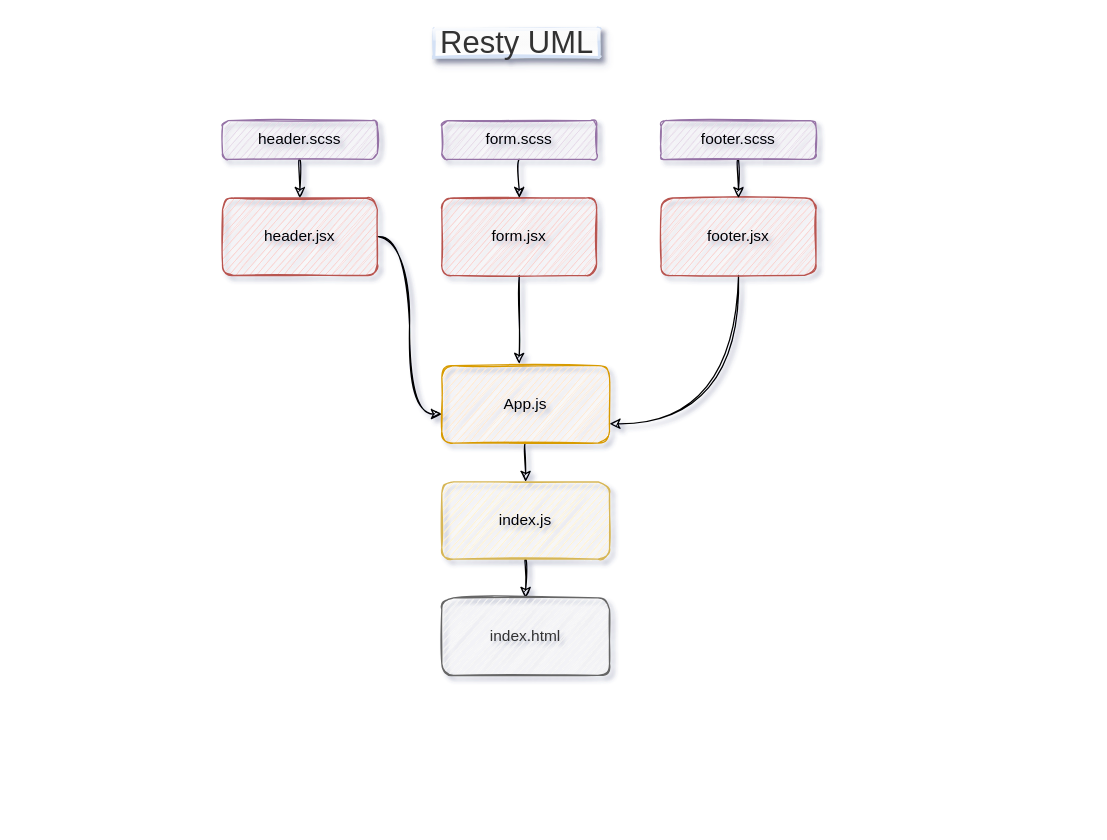
Earlier version of the draw.io diagram Untitled Diagram.drawio (asharabuhelweh/notes). Source tidied: cells renumbered, new cells numbered last; positions are measured from the earlier drawing's top-left corner, leaving out a move shared by most shapes. Both pictures are drawn from the tidied source at 129%, with x=0, y=0 at pixel (222, 28).
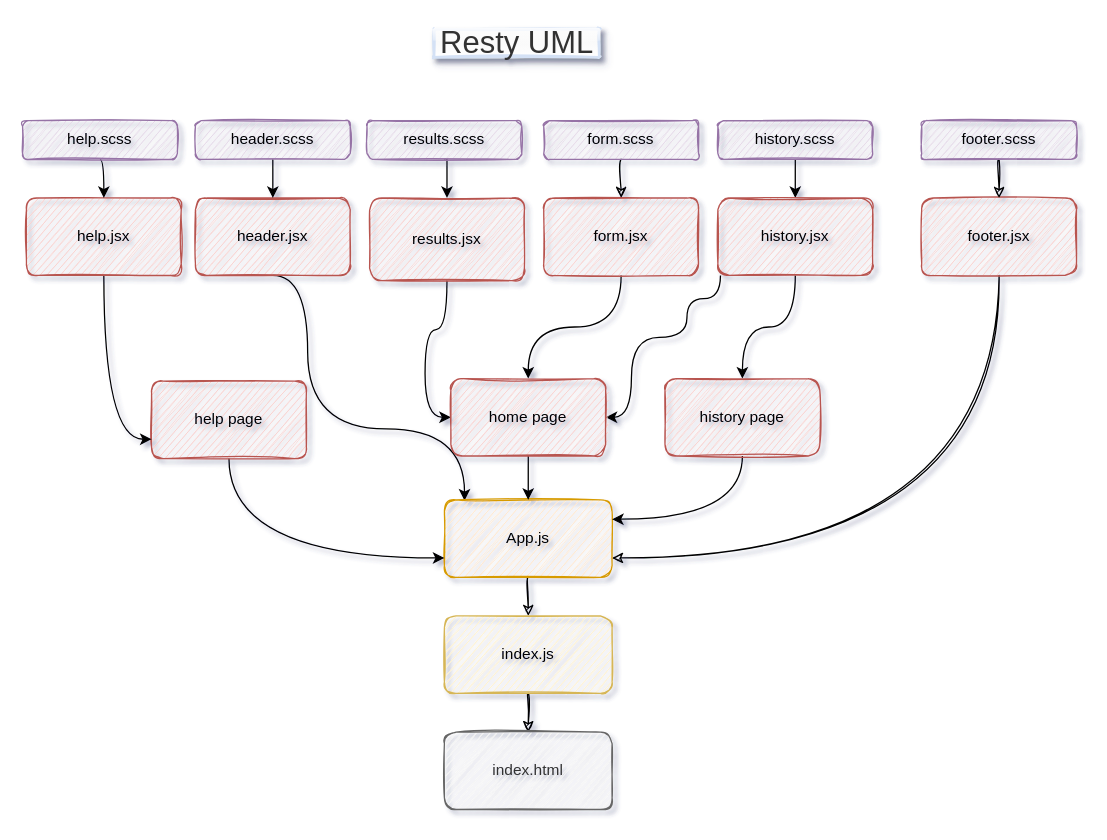
After the change.

What changed in the source:
```diff
@@
-    <mxCell id="2" style="edgeStyle=orthogonalEdgeStyle;jettySize=auto;html=1;entryX=0;entryY=0.625;entryDx=0;entryDy=0;entryPerimeter=0;curved=1;sketch=1;" parent="1" edge="1" source="3" target="15">
-      <mxGeometry relative="1" as="geometry" />
+    <mxCell id="2" style="edgeStyle=orthogonalEdgeStyle;curved=1;rounded=0;jettySize=auto;html=1;exitX=0.5;exitY=1;exitDx=0;exitDy=0;entryX=0.12;entryY=0.01;entryDx=0;entryDy=0;entryPerimeter=0;" parent="1" edge="1" source="3" target="15">
+      <mxGeometry relative="1" as="geometry">
+        <Array as="points">
+          <mxPoint x="66" y="191" />
+          <mxPoint x="66" y="310" />
+          <mxPoint x="188" y="310" />
+        </Array>
+      </mxGeometry>
     </mxCell>
     <mxCell id="3" value="header.jsx" style="whiteSpace=wrap;html=1;fillColor=#f8cecc;strokeColor=#b85450;sketch=1;rounded=1;" parent="1" vertex="1">
-      <mxGeometry y="131" width="120" height="60" as="geometry" />
+      <mxGeometry x="-21" y="131" width="120" height="60" as="geometry" />
     </mxCell>
-    <mxCell id="4" style="edgeStyle=orthogonalEdgeStyle;jettySize=auto;html=1;exitX=0.5;exitY=1;exitDx=0;exitDy=0;curved=1;sketch=1;" parent="1" edge="1" source="5">
-      <mxGeometry relative="1" as="geometry">
-        <mxPoint x="230" y="259.6" as="targetPoint" />
-      </mxGeometry>
-    </mxCell>
+    <mxCell id="20" style="edgeStyle=orthogonalEdgeStyle;curved=1;rounded=0;jettySize=auto;html=1;entryX=0.5;entryY=0;entryDx=0;entryDy=0;" parent="1" edge="1" source="5" target="31">
+      <mxGeometry relative="1" as="geometry" />
+    </mxCell>
     <mxCell id="5" value="form.jsx" style="whiteSpace=wrap;html=1;fillColor=#f8cecc;strokeColor=#b85450;sketch=1;rounded=1;" parent="1" vertex="1">
-      <mxGeometry x="170" y="131" width="120" height="60" as="geometry" />
+      <mxGeometry x="249" y="131" width="120" height="60" as="geometry" />
     </mxCell>
@@
     <mxCell id="7" value="footer.jsx" style="whiteSpace=wrap;html=1;fillColor=#f8cecc;strokeColor=#b85450;sketch=1;rounded=1;" parent="1" vertex="1">
-      <mxGeometry x="340" y="131" width="120" height="60" as="geometry" />
+      <mxGeometry x="542" y="131" width="120" height="60" as="geometry" />
     </mxCell>
@@
     <mxCell id="9" value="footer.scss" style="whiteSpace=wrap;html=1;fillColor=#e1d5e7;strokeColor=#9673a6;sketch=1;rounded=1;" parent="1" vertex="1">
-      <mxGeometry x="340" y="71" width="120" height="30" as="geometry" />
+      <mxGeometry x="542" y="71" width="120" height="30" as="geometry" />
     </mxCell>
@@
     <mxCell id="11" value="form.scss" style="whiteSpace=wrap;html=1;fillColor=#e1d5e7;strokeColor=#9673a6;sketch=1;rounded=1;" parent="1" vertex="1">
-      <mxGeometry x="170" y="71" width="120" height="30" as="geometry" />
+      <mxGeometry x="249" y="71" width="120" height="30" as="geometry" />
     </mxCell>
-    <mxCell id="12" style="edgeStyle=orthogonalEdgeStyle;jettySize=auto;html=1;exitX=0.5;exitY=1;exitDx=0;exitDy=0;entryX=0.5;entryY=0;entryDx=0;entryDy=0;curved=1;sketch=1;" parent="1" edge="1" source="13" target="3">
+    <mxCell id="12" style="edgeStyle=orthogonalEdgeStyle;curved=1;rounded=0;jettySize=auto;html=1;exitX=0.5;exitY=1;exitDx=0;exitDy=0;entryX=0.5;entryY=0;entryDx=0;entryDy=0;" parent="1" edge="1" source="13" target="3">
       <mxGeometry relative="1" as="geometry" />
     </mxCell>
     <mxCell id="13" value="header.scss" style="whiteSpace=wrap;html=1;fillColor=#e1d5e7;strokeColor=#9673a6;sketch=1;rounded=1;" parent="1" vertex="1">
-      <mxGeometry y="71" width="120" height="30" as="geometry" />
+      <mxGeometry x="-21" y="71" width="120" height="30" as="geometry" />
     </mxCell>
@@
     <mxCell id="15" value="App.js" style="whiteSpace=wrap;html=1;fillColor=#ffe6cc;strokeColor=#d79b00;sketch=1;rounded=1;" parent="1" vertex="1">
-      <mxGeometry x="170" y="261" width="130" height="60" as="geometry" />
+      <mxGeometry x="172" y="365" width="130" height="60" as="geometry" />
     </mxCell>
@@
     <mxCell id="17" value="index.js" style="whiteSpace=wrap;html=1;fillColor=#fff2cc;strokeColor=#d6b656;sketch=1;rounded=1;" parent="1" vertex="1">
-      <mxGeometry x="170" y="351" width="130" height="60" as="geometry" />
+      <mxGeometry x="172" y="455" width="130" height="60" as="geometry" />
     </mxCell>
     <mxCell id="18" value="index.html" style="whiteSpace=wrap;html=1;fillColor=#f5f5f5;strokeColor=#666666;fontColor=#333333;sketch=1;rounded=1;" parent="1" vertex="1">
-      <mxGeometry x="170" y="441" width="130" height="60" as="geometry" />
+      <mxGeometry x="172" y="545" width="130" height="60" as="geometry" />
     </mxCell>
@@
+    <mxCell id="21" style="edgeStyle=orthogonalEdgeStyle;rounded=0;jettySize=auto;html=1;exitX=0.5;exitY=1;exitDx=0;exitDy=0;entryX=0.5;entryY=0;entryDx=0;entryDy=0;" parent="1" edge="1" source="22" target="24">
+      <mxGeometry relative="1" as="geometry" />
+    </mxCell>
+    <mxCell id="22" value="results.scss" style="whiteSpace=wrap;html=1;fillColor=#e1d5e7;strokeColor=#9673a6;sketch=1;rounded=1;" parent="1" vertex="1">
+      <mxGeometry x="112" y="71" width="120" height="30" as="geometry" />
+    </mxCell>
+    <mxCell id="23" style="edgeStyle=orthogonalEdgeStyle;curved=1;rounded=0;jettySize=auto;html=1;entryX=0;entryY=0.5;entryDx=0;entryDy=0;" parent="1" edge="1" source="24" target="31">
+      <mxGeometry relative="1" as="geometry" />
+    </mxCell>
+    <mxCell id="24" value="results.jsx" style="whiteSpace=wrap;html=1;fillColor=#f8cecc;strokeColor=#b85450;sketch=1;rounded=1;" parent="1" vertex="1">
+      <mxGeometry x="114" y="131" width="120" height="64" as="geometry" />
+    </mxCell>
+    <mxCell id="25" style="edgeStyle=orthogonalEdgeStyle;curved=1;rounded=0;jettySize=auto;html=1;exitX=0.5;exitY=1;exitDx=0;exitDy=0;entryX=0.5;entryY=0;entryDx=0;entryDy=0;" parent="1" edge="1" source="26" target="29">
+      <mxGeometry relative="1" as="geometry" />
+    </mxCell>
+    <mxCell id="26" value="history.scss" style="whiteSpace=wrap;html=1;fillColor=#e1d5e7;strokeColor=#9673a6;sketch=1;rounded=1;" parent="1" vertex="1">
+      <mxGeometry x="384" y="71" width="120" height="30" as="geometry" />
+    </mxCell>
+    <mxCell id="27" style="edgeStyle=orthogonalEdgeStyle;curved=1;rounded=0;jettySize=auto;html=1;exitX=0.5;exitY=1;exitDx=0;exitDy=0;entryX=0.5;entryY=0;entryDx=0;entryDy=0;" parent="1" edge="1" source="29" target="33">
+      <mxGeometry relative="1" as="geometry" />
+    </mxCell>
+    <mxCell id="28" style="edgeStyle=orthogonalEdgeStyle;curved=1;rounded=0;jettySize=auto;html=1;entryX=1;entryY=0.5;entryDx=0;entryDy=0;" parent="1" edge="1" source="29" target="31">
+      <mxGeometry relative="1" as="geometry">
+        <Array as="points">
+          <mxPoint x="386" y="209" />
+          <mxPoint x="360" y="209" />
+          <mxPoint x="360" y="239" />
+          <mxPoint x="317" y="239" />
+          <mxPoint x="317" y="301" />
+        </Array>
+      </mxGeometry>
+    </mxCell>
+    <mxCell id="29" value="history.jsx" style="whiteSpace=wrap;html=1;fillColor=#f8cecc;strokeColor=#b85450;sketch=1;rounded=1;" parent="1" vertex="1">
+      <mxGeometry x="384" y="131" width="120" height="60" as="geometry" />
+    </mxCell>
+    <mxCell id="30" style="edgeStyle=orthogonalEdgeStyle;curved=1;rounded=0;jettySize=auto;html=1;exitX=0.5;exitY=1;exitDx=0;exitDy=0;entryX=0.5;entryY=0;entryDx=0;entryDy=0;" parent="1" edge="1" source="31" target="15">
+      <mxGeometry relative="1" as="geometry" />
+    </mxCell>
+    <mxCell id="31" value="home page" style="whiteSpace=wrap;html=1;fillColor=#f8cecc;strokeColor=#b85450;sketch=1;rounded=1;" parent="1" vertex="1">
+      <mxGeometry x="177" y="271" width="120" height="60" as="geometry" />
+    </mxCell>
+    <mxCell id="32" style="edgeStyle=orthogonalEdgeStyle;curved=1;rounded=0;jettySize=auto;html=1;exitX=0.5;exitY=1;exitDx=0;exitDy=0;entryX=1;entryY=0.25;entryDx=0;entryDy=0;" parent="1" edge="1" source="33" target="15">
+      <mxGeometry relative="1" as="geometry" />
+    </mxCell>
+    <mxCell id="33" value="history page" style="whiteSpace=wrap;html=1;fillColor=#f8cecc;strokeColor=#b85450;sketch=1;rounded=1;" parent="1" vertex="1">
+      <mxGeometry x="343" y="271" width="120" height="60" as="geometry" />
+    </mxCell>
+    <mxCell id="34" style="edgeStyle=orthogonalEdgeStyle;curved=1;rounded=0;jettySize=auto;html=1;exitX=0.5;exitY=1;exitDx=0;exitDy=0;entryX=0;entryY=0.75;entryDx=0;entryDy=0;" parent="1" edge="1" source="35" target="15">
+      <mxGeometry relative="1" as="geometry" />
+    </mxCell>
+    <mxCell id="35" value="help page" style="whiteSpace=wrap;html=1;fillColor=#f8cecc;strokeColor=#b85450;sketch=1;rounded=1;" parent="1" vertex="1">
+      <mxGeometry x="-55" y="273" width="120" height="60" as="geometry" />
+    </mxCell>
+    <mxCell id="36" style="edgeStyle=orthogonalEdgeStyle;curved=1;rounded=0;jettySize=auto;html=1;exitX=0.5;exitY=1;exitDx=0;exitDy=0;entryX=0;entryY=0.75;entryDx=0;entryDy=0;" parent="1" edge="1" source="37" target="35">
+      <mxGeometry relative="1" as="geometry" />
+    </mxCell>
+    <mxCell id="37" value="help.jsx" style="whiteSpace=wrap;html=1;fillColor=#f8cecc;strokeColor=#b85450;sketch=1;rounded=1;" parent="1" vertex="1">
+      <mxGeometry x="-152" y="131" width="120" height="60" as="geometry" />
+    </mxCell>
+    <mxCell id="38" style="edgeStyle=orthogonalEdgeStyle;curved=1;rounded=0;jettySize=auto;html=1;exitX=0.5;exitY=1;exitDx=0;exitDy=0;entryX=0.5;entryY=0;entryDx=0;entryDy=0;" parent="1" edge="1" source="39" target="37">
+      <mxGeometry relative="1" as="geometry" />
+    </mxCell>
+    <mxCell id="39" value="help.scss" style="whiteSpace=wrap;html=1;fillColor=#e1d5e7;strokeColor=#9673a6;sketch=1;rounded=1;" parent="1" vertex="1">
+      <mxGeometry x="-155" y="71" width="120" height="30" as="geometry" />
+    </mxCell>
```
